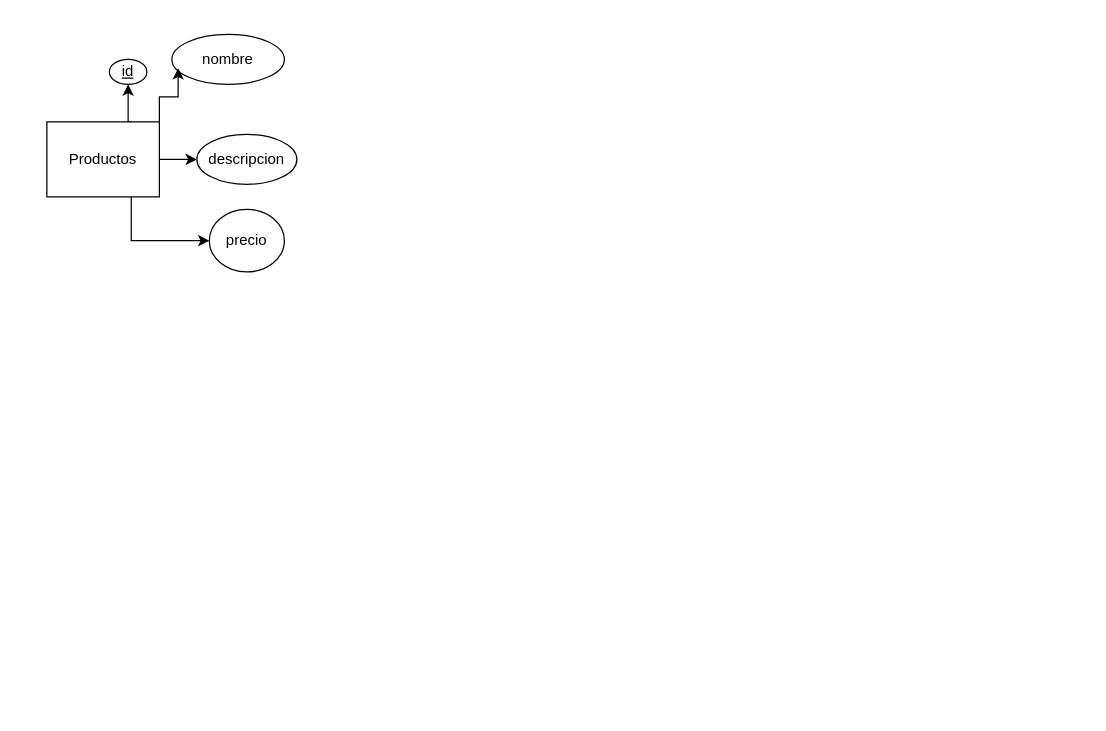
Before: Tienda en línea.drawio in rodrigosambadesaa/AHORCADO, a draw.io diagram. Source tidied: cells renumbered, new cells numbered last; positions are measured from the earlier drawing's top-left corner, leaving out a move shared by most shapes. Both pictures are drawn from the tidied source at 125%, with x=0, y=0 at pixel (46, 34).
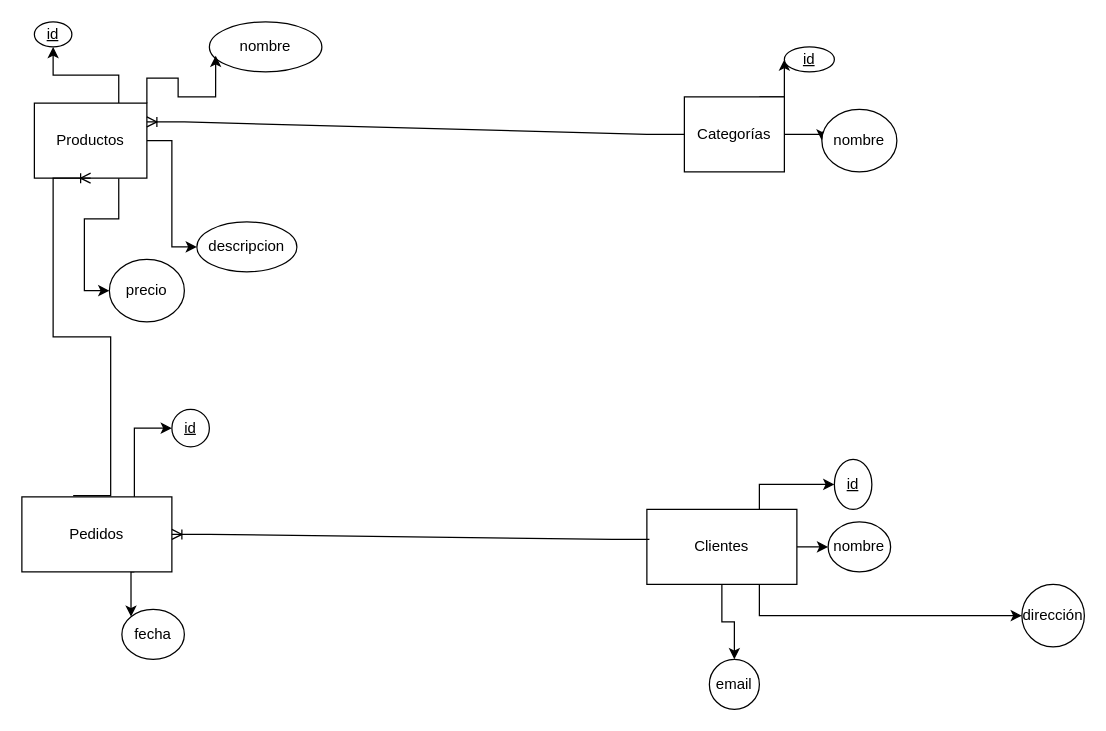
The same diagram, later.

Change to the diagram source:
```diff
@@
     <mxCell id="5" value="Productos" style="rounded=0;whiteSpace=wrap;html=1;" parent="1" vertex="1">
-      <mxGeometry y="70" width="90" height="60" as="geometry" />
+      <mxGeometry x="-10" y="55" width="90" height="60" as="geometry" />
     </mxCell>
     <mxCell id="6" value="nombre" style="ellipse;whiteSpace=wrap;html=1;" parent="1" vertex="1">
-      <mxGeometry x="100" width="90" height="40" as="geometry" />
+      <mxGeometry x="130" y="-10" width="90" height="40" as="geometry" />
     </mxCell>
@@
     <mxCell id="8" value="&lt;u&gt;id&lt;/u&gt;" style="ellipse;whiteSpace=wrap;html=1;" parent="1" vertex="1">
-      <mxGeometry x="50" y="20" width="30" height="20" as="geometry" />
+      <mxGeometry x="-10" y="-10" width="30" height="20" as="geometry" />
     </mxCell>
     <mxCell id="9" value="descripcion" style="ellipse;whiteSpace=wrap;html=1;" parent="1" vertex="1">
-      <mxGeometry x="120" y="80" width="80" height="40" as="geometry" />
+      <mxGeometry x="120" y="150" width="80" height="40" as="geometry" />
     </mxCell>
     <mxCell id="10" value="precio" style="ellipse;whiteSpace=wrap;html=1;" parent="1" vertex="1">
-      <mxGeometry x="130" y="140" width="60" height="50" as="geometry" />
+      <mxGeometry x="50" y="180" width="60" height="50" as="geometry" />
     </mxCell>
+    <mxCell id="11" style="edgeStyle=orthogonalEdgeStyle;rounded=0;jettySize=auto;html=1;exitX=0.75;exitY=0;exitDx=0;exitDy=0;entryX=0;entryY=0.5;entryDx=0;entryDy=0;" parent="1" edge="1" source="13" target="14">
+      <mxGeometry relative="1" as="geometry" />
+    </mxCell>
+    <mxCell id="12" style="edgeStyle=orthogonalEdgeStyle;rounded=0;jettySize=auto;html=1;exitX=1;exitY=0.5;exitDx=0;exitDy=0;entryX=0;entryY=0.5;entryDx=0;entryDy=0;" parent="1" edge="1" source="13" target="15">
+      <mxGeometry relative="1" as="geometry" />
+    </mxCell>
+    <mxCell id="13" value="Categorías" style="rounded=0;whiteSpace=wrap;html=1;" parent="1" vertex="1">
+      <mxGeometry x="510" y="50" width="80" height="60" as="geometry" />
+    </mxCell>
+    <mxCell id="14" value="&lt;u&gt;id&lt;/u&gt;" style="ellipse;whiteSpace=wrap;html=1;" parent="1" vertex="1">
+      <mxGeometry x="590" y="10" width="40" height="20" as="geometry" />
+    </mxCell>
+    <mxCell id="15" value="nombre" style="ellipse;whiteSpace=wrap;html=1;" parent="1" vertex="1">
+      <mxGeometry x="620" y="60" width="60" height="50" as="geometry" />
+    </mxCell>
+    <mxCell id="16" style="edgeStyle=orthogonalEdgeStyle;rounded=0;jettySize=auto;html=1;exitX=0.75;exitY=0;exitDx=0;exitDy=0;entryX=0;entryY=0.5;entryDx=0;entryDy=0;" parent="1" edge="1" source="18" target="19">
+      <mxGeometry relative="1" as="geometry" />
+    </mxCell>
+    <mxCell id="17" style="edgeStyle=orthogonalEdgeStyle;rounded=0;jettySize=auto;html=1;exitX=0.75;exitY=1;exitDx=0;exitDy=0;entryX=0;entryY=0;entryDx=0;entryDy=0;" parent="1" edge="1" source="18" target="32">
+      <mxGeometry relative="1" as="geometry" />
+    </mxCell>
+    <mxCell id="18" value="Pedidos" style="rounded=0;whiteSpace=wrap;html=1;" parent="1" vertex="1">
+      <mxGeometry x="-20" y="370" width="120" height="60" as="geometry" />
+    </mxCell>
+    <mxCell id="19" value="&lt;u&gt;id&lt;/u&gt;" style="ellipse;whiteSpace=wrap;html=1;" parent="1" vertex="1">
+      <mxGeometry x="100" y="300" width="30" height="30" as="geometry" />
+    </mxCell>
+    <mxCell id="20" style="edgeStyle=entityRelationEdgeStyle;fontSize=12;html=1;endArrow=ERoneToMany;rounded=0;exitX=0.342;exitY=-0.017;exitDx=0;exitDy=0;exitPerimeter=0;entryX=0.5;entryY=1;entryDx=0;entryDy=0;" parent="1" edge="1" source="18" target="5">
+      <mxGeometry relative="1" as="geometry" />
+    </mxCell>
+    <mxCell id="21" style="edgeStyle=orthogonalEdgeStyle;rounded=0;jettySize=auto;html=1;exitX=0.75;exitY=0;exitDx=0;exitDy=0;entryX=0;entryY=0.5;entryDx=0;entryDy=0;" parent="1" edge="1" source="25" target="26">
+      <mxGeometry relative="1" as="geometry" />
+    </mxCell>
+    <mxCell id="22" style="edgeStyle=orthogonalEdgeStyle;rounded=0;jettySize=auto;html=1;exitX=1;exitY=0.5;exitDx=0;exitDy=0;" parent="1" edge="1" source="25" target="27">
+      <mxGeometry relative="1" as="geometry" />
+    </mxCell>
+    <mxCell id="23" style="edgeStyle=orthogonalEdgeStyle;rounded=0;jettySize=auto;html=1;exitX=0.75;exitY=1;exitDx=0;exitDy=0;" parent="1" edge="1" source="25" target="28">
+      <mxGeometry relative="1" as="geometry" />
+    </mxCell>
+    <mxCell id="24" style="edgeStyle=orthogonalEdgeStyle;rounded=0;jettySize=auto;html=1;exitX=0.5;exitY=1;exitDx=0;exitDy=0;entryX=0.5;entryY=0;entryDx=0;entryDy=0;" parent="1" edge="1" source="25" target="29">
+      <mxGeometry relative="1" as="geometry" />
+    </mxCell>
+    <mxCell id="25" value="Clientes" style="rounded=0;whiteSpace=wrap;html=1;" parent="1" vertex="1">
+      <mxGeometry x="480" y="380" width="120" height="60" as="geometry" />
+    </mxCell>
+    <mxCell id="26" value="&lt;u&gt;id&lt;/u&gt;" style="ellipse;whiteSpace=wrap;html=1;" parent="1" vertex="1">
+      <mxGeometry x="630" y="340" width="30" height="40" as="geometry" />
+    </mxCell>
+    <mxCell id="27" value="nombre" style="ellipse;whiteSpace=wrap;html=1;" parent="1" vertex="1">
+      <mxGeometry x="625" y="390" width="50" height="40" as="geometry" />
+    </mxCell>
+    <mxCell id="28" value="dirección" style="ellipse;whiteSpace=wrap;html=1;" parent="1" vertex="1">
+      <mxGeometry x="780" y="440" width="50" height="50" as="geometry" />
+    </mxCell>
+    <mxCell id="29" value="email" style="ellipse;whiteSpace=wrap;html=1;" parent="1" vertex="1">
+      <mxGeometry x="530" y="500" width="40" height="40" as="geometry" />
+    </mxCell>
+    <mxCell id="30" style="edgeStyle=entityRelationEdgeStyle;fontSize=12;html=1;endArrow=ERoneToMany;rounded=0;entryX=1;entryY=0.5;entryDx=0;entryDy=0;exitX=0.017;exitY=0.4;exitDx=0;exitDy=0;exitPerimeter=0;" parent="1" edge="1" source="25" target="18">
+      <mxGeometry relative="1" as="geometry">
+        <Array as="points">
+          <mxPoint x="330" y="360" />
+        </Array>
+      </mxGeometry>
+    </mxCell>
+    <mxCell id="31" style="edgeStyle=entityRelationEdgeStyle;fontSize=12;html=1;endArrow=ERoneToMany;rounded=0;entryX=1;entryY=0.25;entryDx=0;entryDy=0;exitX=0;exitY=0.5;exitDx=0;exitDy=0;" parent="1" edge="1" source="13" target="5">
+      <mxGeometry relative="1" as="geometry" />
+    </mxCell>
+    <mxCell id="32" value="fecha" style="ellipse;whiteSpace=wrap;html=1;align=center;" parent="1" vertex="1">
+      <mxGeometry x="60" y="460" width="50" height="40" as="geometry" />
+    </mxCell>
```
